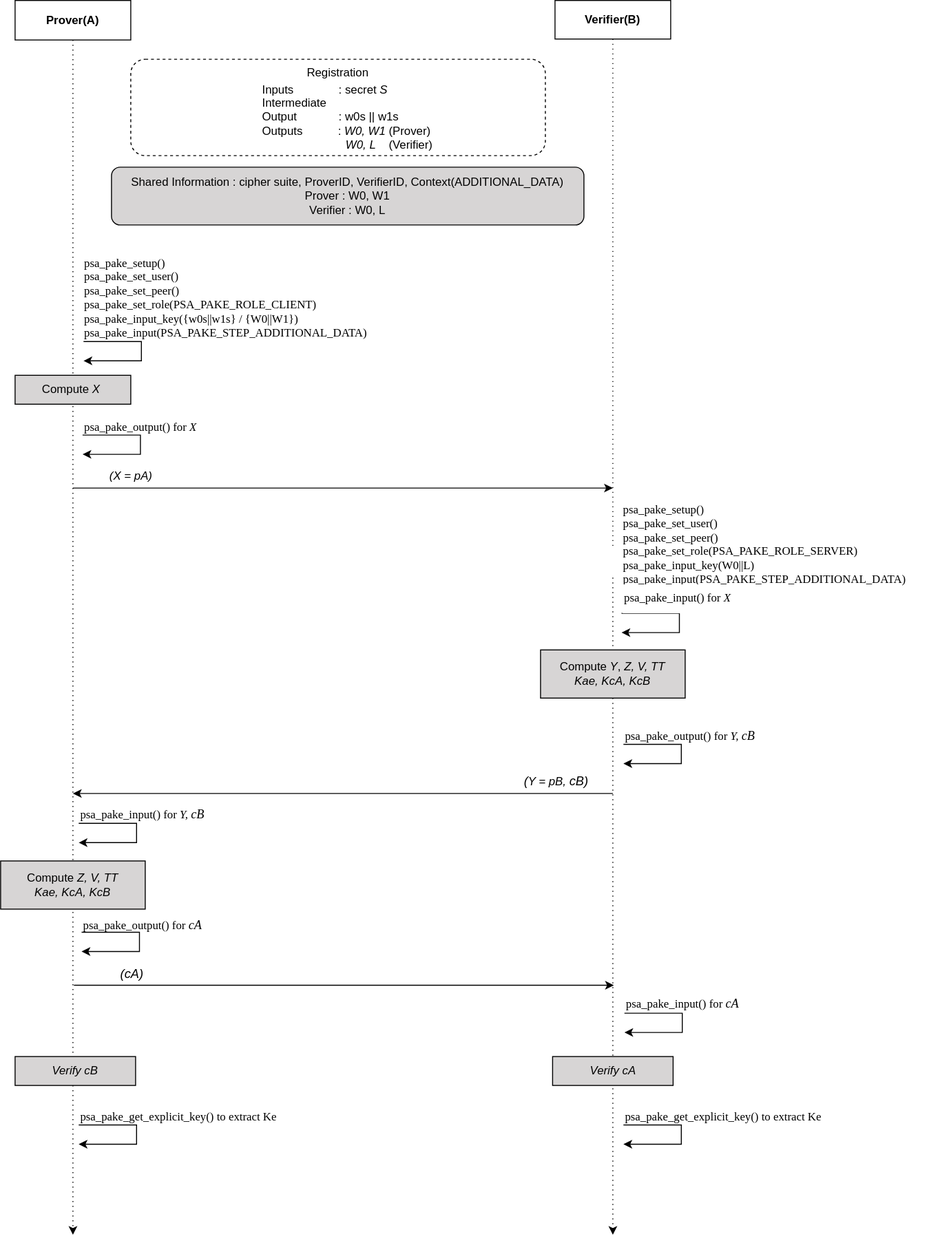
This is doc/ext-pake/proposed/SPAKE2PLUS.svg from ARM-software/psa-api, a draw.io export, as it was before one commit. Source tidied: cells renumbered, new cells last; positions are measured from the earlier drawing's top-left corner, leaving out a move shared by most shapes.
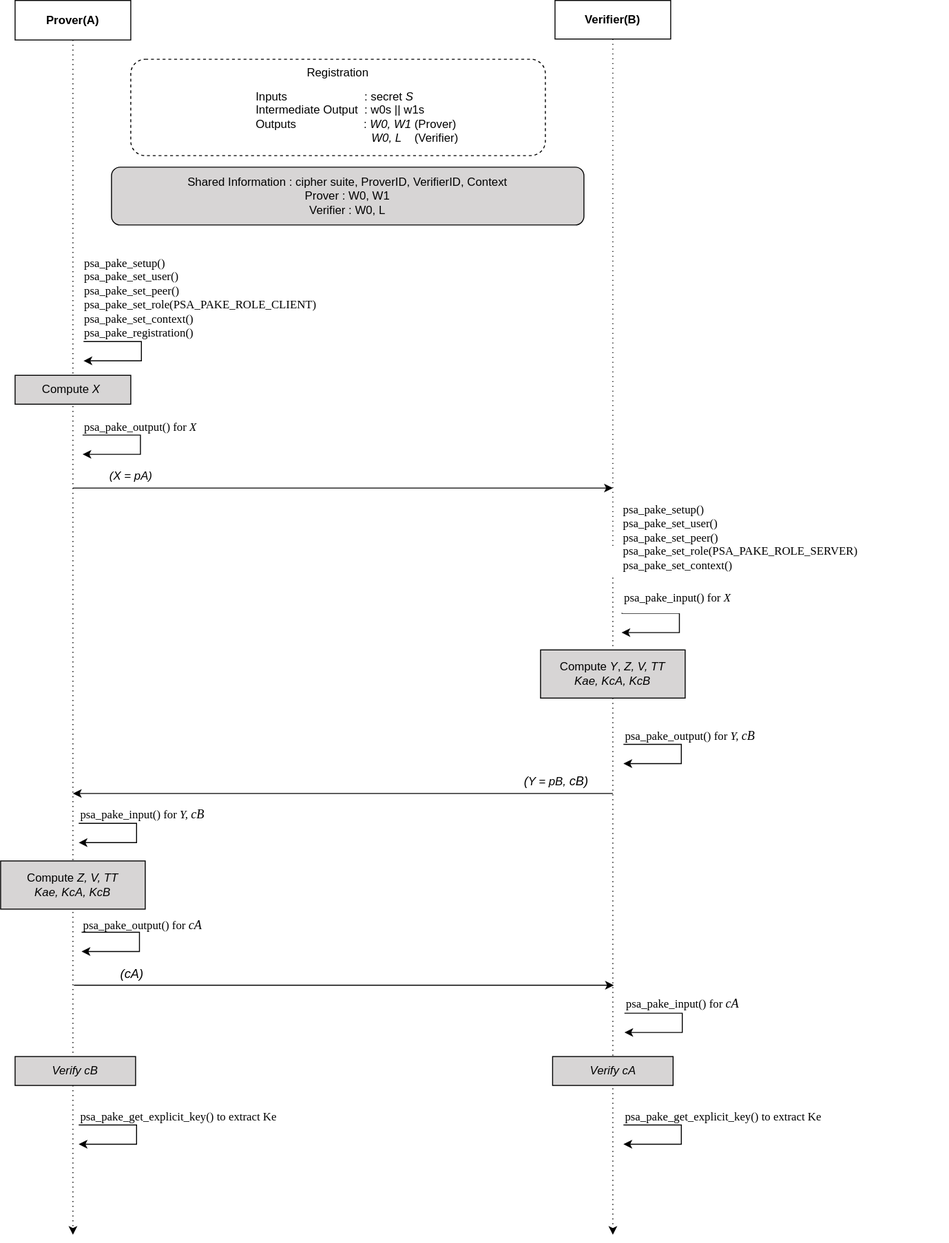
After the change.

Commit message:
Add psa_pake_registration

What changed in the source:
```diff
@@ -17,16 +17,16 @@
     <mxCell id="4" value="&lt;b&gt;Verifier(B)&lt;/b&gt;" style="whiteSpace=wrap;html=1;" parent="1" vertex="1">
       <mxGeometry x="575" width="120" height="40" as="geometry" />
     </mxCell>
-    <mxCell id="5" value="Shared Information : cipher suite, ProverID, VerifierID, Context(ADDITIONAL_DATA)&lt;br&gt;Prover : W0, W1&lt;br&gt;Verifier : W0, L" style="rounded=1;whiteSpace=wrap;html=1;fillColor=#d7d5d5;" parent="1" vertex="1">
+    <mxCell id="5" value="Shared Information : cipher suite, ProverID, VerifierID, Context&lt;br&gt;Prover : W0, W1&lt;br&gt;Verifier : W0, L" style="rounded=1;whiteSpace=wrap;html=1;fillColor=#d7d5d5;" parent="1" vertex="1">
       <mxGeometry x="115" y="173" width="490" height="60" as="geometry" />
     </mxCell>
     <mxCell id="6" value="Registration" style="rounded=1;whiteSpace=wrap;html=1;glass=0;shadow=0;fillColor=default;verticalAlign=top;gradientColor=none;fillStyle=auto;strokeColor=default;dashed=1;" parent="1" vertex="1">
       <mxGeometry x="135" y="61" width="430" height="100" as="geometry" />
     </mxCell>
-    <mxCell id="7" value="&lt;br&gt;&lt;div style=&quot;text-align: left;&quot;&gt;Inputs&amp;nbsp; &amp;nbsp; &amp;nbsp; &amp;nbsp; &amp;nbsp; &amp;nbsp; &amp;nbsp; : secret &lt;i&gt;S&lt;/i&gt;&lt;/div&gt;&lt;div style=&quot;text-align: left;&quot;&gt;Intermediate&lt;/div&gt;&lt;div style=&quot;text-align: left;&quot;&gt;Output&amp;nbsp; &amp;nbsp; &amp;nbsp; &amp;nbsp; &amp;nbsp; &amp;nbsp; &amp;nbsp;: w0s || w1s&lt;span style=&quot;background-color: initial;&quot;&gt; &lt;/span&gt;&lt;/div&gt;&lt;span style=&quot;color: rgb(0, 0, 0); font-family: Helvetica; font-size: 12px; font-variant-ligatures: normal; font-variant-caps: normal; font-weight: 400; letter-spacing: normal; orphans: 2; text-indent: 0px; text-transform: none; widows: 2; word-spacing: 0px; -webkit-text-stroke-width: 0px; background-color: rgb(255, 255, 255); text-decoration-thickness: initial; text-decoration-style: initial; text-decoration-color: initial; float: none; display: inline !important;&quot;&gt;&lt;div style=&quot;text-align: left;&quot;&gt;Outputs&amp;nbsp; &amp;nbsp; &amp;nbsp; &amp;nbsp; &amp;nbsp; &amp;nbsp;:&amp;nbsp;&lt;i&gt;W0, W1&lt;/i&gt; (Prover)&lt;/div&gt;&lt;/span&gt;&lt;span style=&quot;color: rgb(0, 0, 0); font-family: Helvetica; font-size: 12px; font-variant-ligatures: normal; font-variant-caps: normal; font-weight: 400; letter-spacing: normal; orphans: 2; text-indent: 0px; text-transform: none; widows: 2; word-spacing: 0px; -webkit-text-stroke-width: 0px; background-color: rgb(255, 255, 255); text-decoration-thickness: initial; text-decoration-style: initial; text-decoration-color: initial; float: none; display: inline !important;&quot;&gt;&lt;div style=&quot;text-align: left;&quot;&gt;&amp;nbsp; &amp;nbsp; &amp;nbsp; &amp;nbsp; &amp;nbsp; &amp;nbsp; &amp;nbsp; &amp;nbsp; &amp;nbsp; &amp;nbsp; &amp;nbsp; &amp;nbsp; &amp;nbsp;&amp;nbsp;&lt;i&gt;W0, L&amp;nbsp;&lt;/i&gt; &amp;nbsp; (Verifier)&lt;/div&gt;&lt;/span&gt;&lt;div style=&quot;text-align: left;&quot;&gt;&lt;br&gt;&lt;/div&gt;" style="rounded=1;html=1;glass=0;opacity=0;spacing=2;whiteSpace=wrap;" parent="1" vertex="1">
-      <mxGeometry x="195" y="91" width="330" height="60" as="geometry" />
+    <mxCell id="7" value="&lt;br&gt;&lt;div style=&quot;text-align: left;&quot;&gt;Inputs&amp;nbsp; &amp;nbsp; &amp;nbsp; &amp;nbsp; &amp;nbsp; &amp;nbsp; &amp;nbsp; &amp;nbsp; &amp;nbsp; &amp;nbsp; &amp;nbsp; &amp;nbsp; : secret &lt;i&gt;S&lt;/i&gt;&lt;/div&gt;&lt;div style=&quot;text-align: left;&quot;&gt;Intermediate&amp;nbsp;&lt;span style=&quot;background-color: initial;&quot;&gt;Output&amp;nbsp; : w0s || w1s&lt;/span&gt;&lt;/div&gt;&lt;span style=&quot;color: rgb(0, 0, 0); font-family: Helvetica; font-size: 12px; font-variant-ligatures: normal; font-variant-caps: normal; font-weight: 400; letter-spacing: normal; orphans: 2; text-indent: 0px; text-transform: none; widows: 2; word-spacing: 0px; -webkit-text-stroke-width: 0px; background-color: rgb(255, 255, 255); text-decoration-thickness: initial; text-decoration-style: initial; text-decoration-color: initial; float: none; display: inline !important;&quot;&gt;&lt;div style=&quot;text-align: left;&quot;&gt;Outputs&amp;nbsp; &amp;nbsp; &amp;nbsp; &amp;nbsp; &amp;nbsp; &amp;nbsp; &amp;nbsp; &amp;nbsp; &amp;nbsp; &amp;nbsp; &amp;nbsp;:&amp;nbsp;&lt;i&gt;W0, W1&lt;/i&gt; (Prover)&lt;/div&gt;&lt;/span&gt;&lt;span style=&quot;color: rgb(0, 0, 0); font-family: Helvetica; font-size: 12px; font-variant-ligatures: normal; font-variant-caps: normal; font-weight: 400; letter-spacing: normal; orphans: 2; text-indent: 0px; text-transform: none; widows: 2; word-spacing: 0px; -webkit-text-stroke-width: 0px; background-color: rgb(255, 255, 255); text-decoration-thickness: initial; text-decoration-style: initial; text-decoration-color: initial; float: none; display: inline !important;&quot;&gt;&lt;div style=&quot;text-align: left;&quot;&gt;&amp;nbsp; &amp;nbsp; &amp;nbsp; &amp;nbsp; &amp;nbsp; &amp;nbsp; &amp;nbsp; &amp;nbsp; &amp;nbsp; &amp;nbsp; &amp;nbsp; &amp;nbsp; &amp;nbsp; &amp;nbsp; &amp;nbsp; &amp;nbsp; &amp;nbsp; &amp;nbsp;&amp;nbsp;&lt;i&gt;W0, L&amp;nbsp;&lt;/i&gt; &amp;nbsp; (Verifier)&lt;/div&gt;&lt;/span&gt;&lt;div style=&quot;text-align: left;&quot;&gt;&lt;br&gt;&lt;/div&gt;" style="rounded=1;html=1;glass=0;opacity=0;spacing=2;whiteSpace=wrap;" parent="1" vertex="1">
+      <mxGeometry x="145" y="91" width="450" height="60" as="geometry" />
     </mxCell>
-    <mxCell id="8" value="psa_pake_setup()&lt;br&gt;psa_pake_set_user()&lt;br&gt;psa_pake_set_peer()&lt;br&gt;psa_pake_set_role(PSA_PAKE_ROLE_CLIENT)&lt;br&gt;psa_pake_input_key({w0s||w1s} / {W0||W1}&lt;span style=&quot;background-color: initial;&quot;&gt;)&lt;/span&gt;&lt;br&gt;psa_pake_input(PSA_PAKE_STEP_ADDITIONAL_DATA)" style="rounded=0;whiteSpace=wrap;html=1;align=left;verticalAlign=top;fontFamily=Lucida Console;strokeColor=none;" parent="1" vertex="1">
+    <mxCell id="8" value="psa_pake_setup()&lt;br&gt;psa_pake_set_user()&lt;br&gt;psa_pake_set_peer()&lt;br&gt;psa_pake_set_role(PSA_PAKE_ROLE_CLIENT)&lt;br&gt;psa_pake_set_context()&lt;br&gt;psa_pake_registration()" style="rounded=0;whiteSpace=wrap;html=1;align=left;verticalAlign=top;fontFamily=Lucida Console;strokeColor=none;" parent="1" vertex="1">
       <mxGeometry x="85" y="259" width="360" height="90" as="geometry" />
     </mxCell>
     <mxCell id="9" value="Compute&amp;nbsp;&lt;i&gt;X&amp;nbsp;&lt;/i&gt;" style="rounded=0;whiteSpace=wrap;html=1;align=center;verticalAlign=middle;fillColor=#d7d5d5;" parent="1" vertex="1">
@@ -41,7 +41,7 @@
         </Array>
       </mxGeometry>
     </mxCell>
-    <mxCell id="11" value="psa_pake_setup()&lt;br style=&quot;border-color: var(--border-color);&quot;&gt;psa_pake_set_user()&lt;br style=&quot;border-color: var(--border-color);&quot;&gt;psa_pake_set_peer()&lt;br style=&quot;border-color: var(--border-color);&quot;&gt;psa_pake_set_role(PSA_PAKE_ROLE_SERVER)&lt;br style=&quot;border-color: var(--border-color);&quot;&gt;psa_pake_input_key(W0||L)&lt;br style=&quot;border-color: var(--border-color);&quot;&gt;psa_pake_input(PSA_PAKE_STEP_ADDITIONAL_DATA)" style="rounded=0;whiteSpace=wrap;html=1;align=left;verticalAlign=top;fontFamily=Lucida Console;strokeColor=none;" parent="1" vertex="1">
+    <mxCell id="11" value="psa_pake_setup()&lt;br style=&quot;border-color: var(--border-color);&quot;&gt;psa_pake_set_user()&lt;br style=&quot;border-color: var(--border-color);&quot;&gt;psa_pake_set_peer()&lt;br style=&quot;border-color: var(--border-color);&quot;&gt;psa_pake_set_role(PSA_PAKE_ROLE_SERVER)&lt;br style=&quot;border-color: var(--border-color);&quot;&gt;psa_pake_set_context()" style="rounded=0;whiteSpace=wrap;html=1;align=left;verticalAlign=top;fontFamily=Lucida Console;strokeColor=none;" parent="1" vertex="1">
       <mxGeometry x="644" y="515" width="339" height="97" as="geometry" />
     </mxCell>
     <mxCell id="12" value="psa_pake_output() for &lt;i&gt;X&lt;/i&gt;" style="rounded=0;whiteSpace=wrap;html=1;align=left;verticalAlign=top;fontFamily=Lucida Console;strokeColor=none;labelBorderColor=none;labelBackgroundColor=none;fontColor=default;" parent="1" vertex="1">
```
